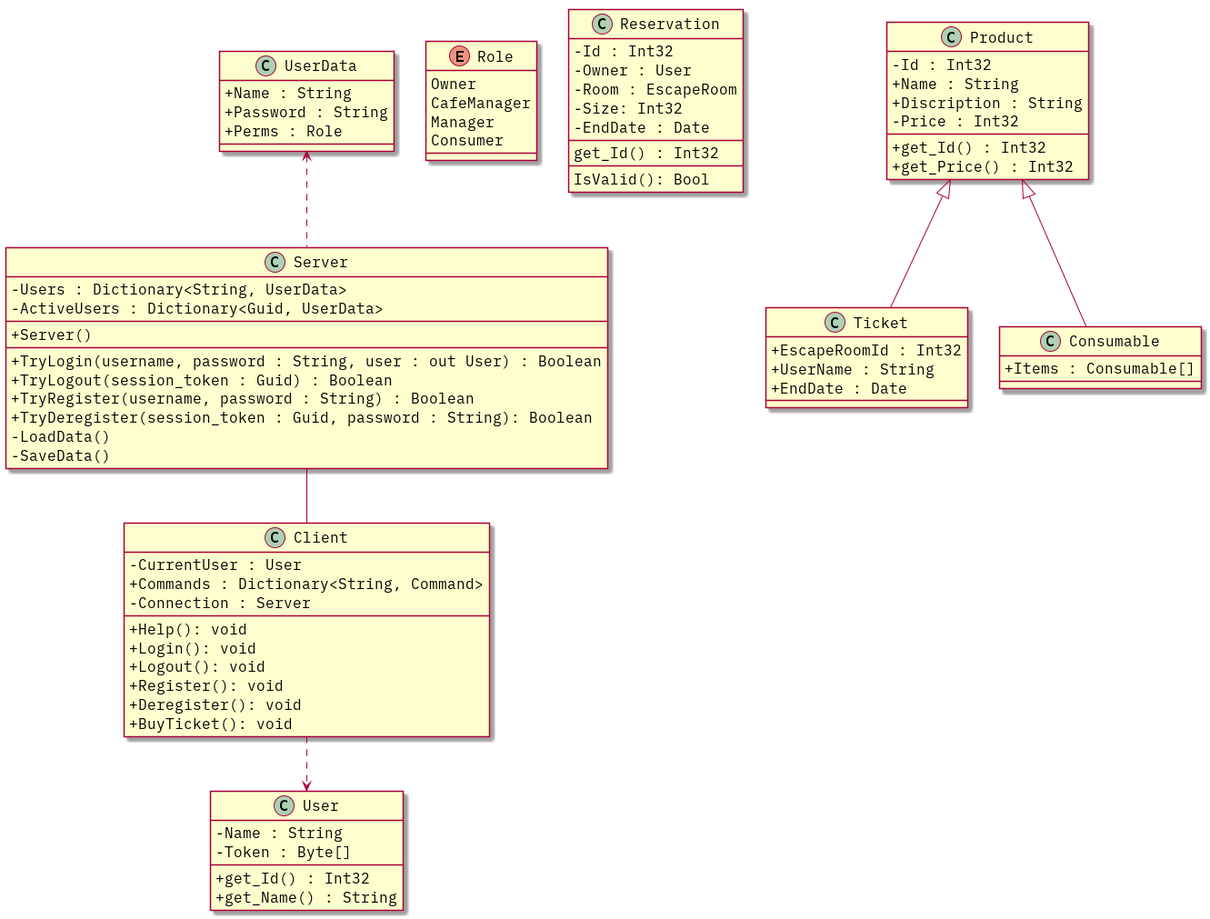
Above: ClassDiagram/classes.png in proj-1b-3/code (PlantUML), before the change.
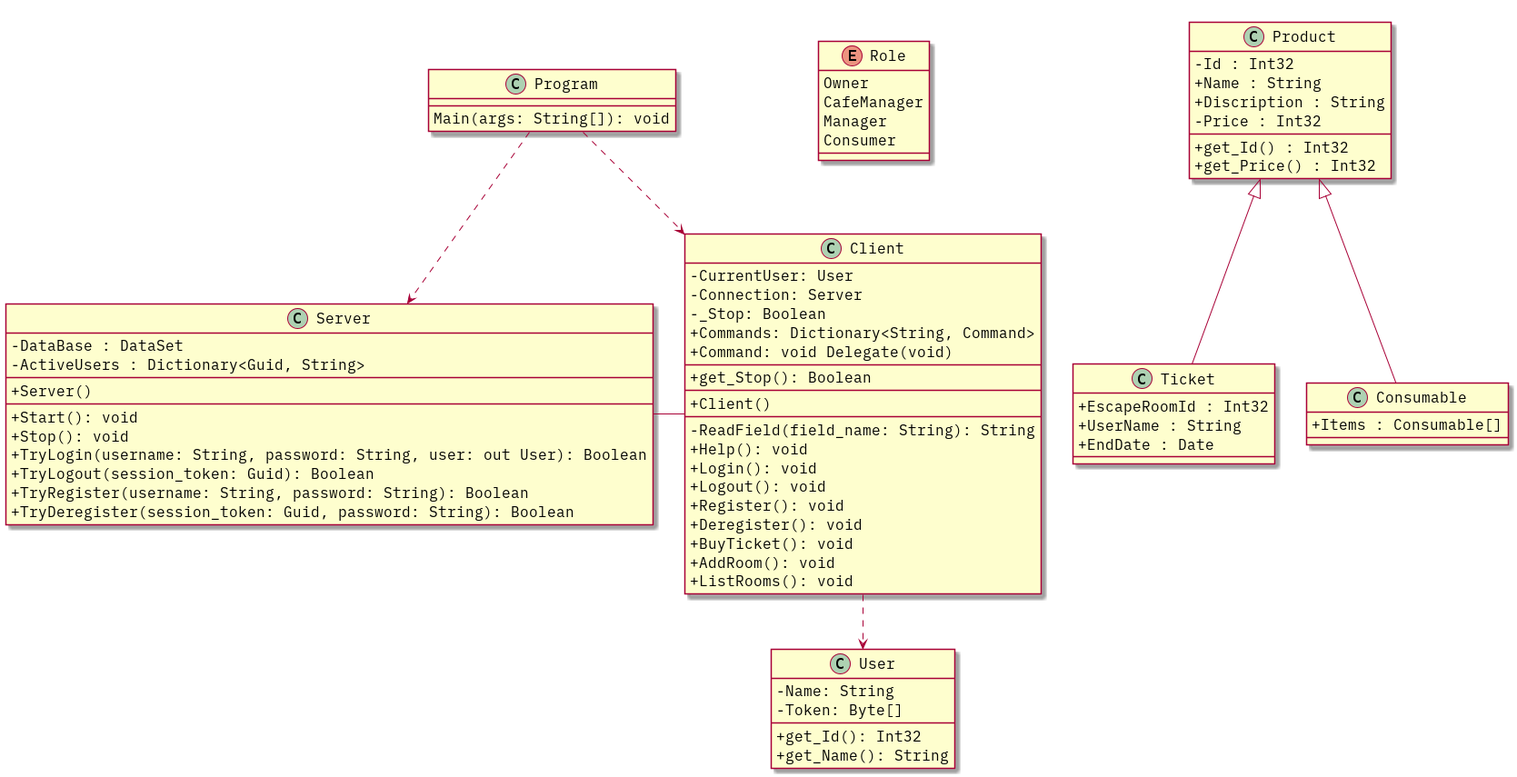
The same diagram one commit later.

The edit, as a diff of the source:
```diff
@@ -3,50 +3,59 @@
 skinparam defaultFontName IBM Plex Mono
 skinparam classAttributeIconSize 0
 
+class Program {
+	Main(args: String[]): void
+}
+
+Program ..> Server
+Program ..> Client
+
 class Server {
-	- Users : Dictionary<String, UserData>
-	- ActiveUsers : Dictionary<Guid, UserData>
+	- DataBase : DataSet
+	- ActiveUsers : Dictionary<Guid, String>
 	____
 	+ Server()
 	____
-	+ TryLogin(username, password : String, user : out User) : Boolean
-	+ TryLogout(session_token : Guid) : Boolean
-	+ TryRegister(username, password : String) : Boolean
-	+ TryDeregister(session_token : Guid, password : String): Boolean
-	- LoadData()
-	- SaveData()
+	+ Start(): void
+	+ Stop(): void
+	+ TryLogin(username: String, password: String, user: out User): Boolean
+	+ TryLogout(session_token: Guid): Boolean
+	+ TryRegister(username: String, password: String): Boolean
+	+ TryDeregister(session_token: Guid, password: String): Boolean
 }
 
-Server .up.> UserData
-Server -down- Client
+Server -r- Client
 
 class Client {
-	- CurrentUser : User
-	+ Commands : Dictionary<String, Command>
-	- Connection : Server
+	- CurrentUser: User
+	- Connection: Server
+	- _Stop: Boolean
+	+ Commands: Dictionary<String, Command>
+	+ Command: void Delegate(void)
 	____
+	+ get_Stop(): Boolean
+	____
+	+ Client()
+	____
+	- ReadField(field_name: String): String
 	+ Help(): void
 	+ Login(): void
 	+ Logout(): void
 	+ Register(): void
 	+ Deregister(): void
 	+ BuyTicket(): void
+	+ AddRoom(): void
+	+ ListRooms(): void
 }
 
 Client ..> User
 
 class User {
-	- Name : String
-	- Token : Byte[]
+	- Name: String
+	- Token: Byte[]
 	____
-	+ get_Id() : Int32
-	+ get_Name() : String
-}
-
-class UserData {
-	+ Name : String
-	+ Password : String
-	+ Perms : Role
+	+ get_Id(): Int32
+	+ get_Name(): String
 }
 
 enum Role {
@@ -54,18 +63,6 @@
 	CafeManager
 	Manager
 	Consumer
-}
-
-class Reservation {
-	- Id : Int32
-	- Owner : User
-	- Room : EscapeRoom
-	- Size: Int32
-	- EndDate : Date
-	____
-	get_Id() : Int32
-	____
-	IsValid(): Bool
 }
 
 together {
```
